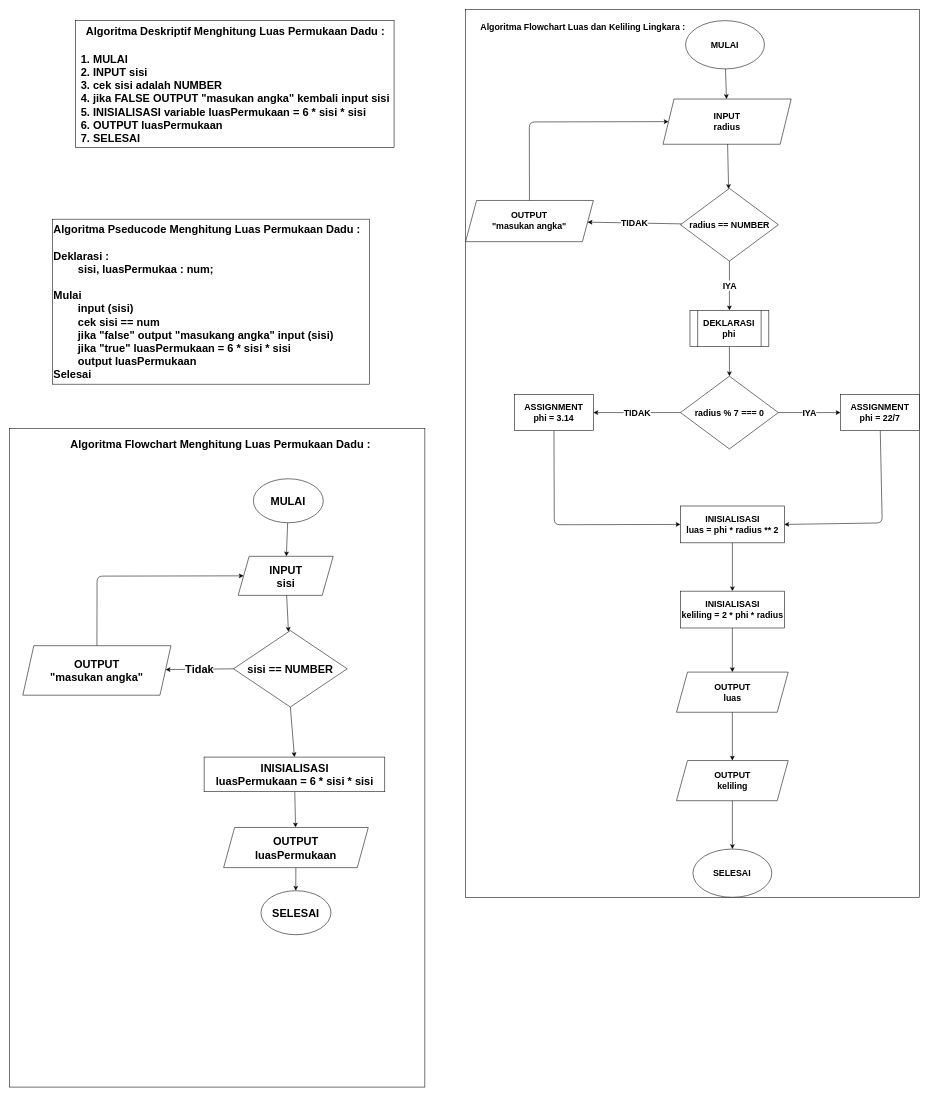
xel26/fwg17-computer-science keeps this draw.io diagram as 5-dadu.drawio. Above is the earlier version. Source tidied: cells renumbered, new cells numbered last; positions are measured from the earlier drawing's top-left corner, leaving out a move shared by most shapes. Both pictures are drawn from the tidied source at 55%, with x=0, y=0 at pixel (9, 9).
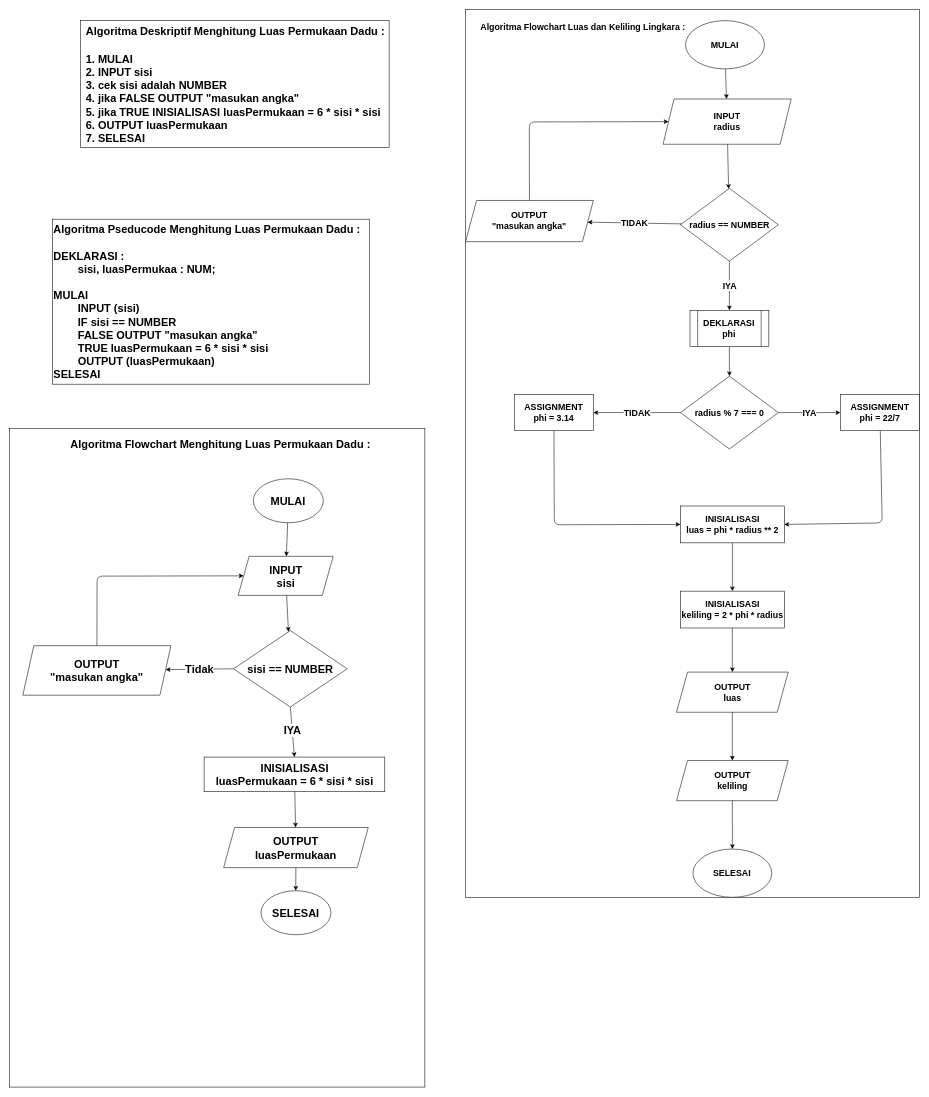
After the change.

Unchanged cells that the change refers to:
```xml
<mxCell id="10" style="edgeStyle=none;sketch=0;html=1;exitX=0.5;exitY=1;exitDx=0;exitDy=0;entryX=0.5;entryY=0;entryDx=0;entryDy=0;fontSize=20;fontStyle=1;" parent="5" edge="1" source="11" target="13">
  <mxGeometry relative="1" as="geometry" />
</mxCell>
```

Change to the diagram source:
```diff
@@
-    <mxCell id="2" value="&lt;font style=&quot;font-size: 20px;&quot; face=&quot;Helvetica&quot;&gt;&lt;span style=&quot;font-size: 20px;&quot;&gt;Algoritma Deskriptif Menghitung Luas Permukaan Dadu :&lt;br style=&quot;font-size: 20px;&quot;&gt;&lt;/span&gt;&lt;br style=&quot;font-size: 20px;&quot;&gt;&lt;div style=&quot;text-align: left; font-size: 20px;&quot;&gt;1. MULAI&lt;/div&gt;&lt;div style=&quot;text-align: left; font-size: 20px;&quot;&gt;2. INPUT sisi&lt;/div&gt;&lt;div style=&quot;text-align: left; font-size: 20px;&quot;&gt;3. cek sisi adalah NUMBER&lt;/div&gt;&lt;div style=&quot;text-align: left; font-size: 20px;&quot;&gt;4. jika FALSE OUTPUT &quot;masukan angka&quot; kembali input sisi&lt;/div&gt;&lt;div style=&quot;text-align: left; font-size: 20px;&quot;&gt;5. INISIALISASI variable luasPermukaan = 6 * sisi * sisi&lt;br style=&quot;font-size: 20px;&quot;&gt;&lt;/div&gt;&lt;div style=&quot;text-align: left; font-size: 20px;&quot;&gt;6. OUTPUT luasPermukaan&lt;/div&gt;&lt;div style=&quot;text-align: left; font-size: 20px;&quot;&gt;7. SELESAI&lt;/div&gt;&lt;/font&gt;" style="text;html=1;align=center;verticalAlign=middle;strokeColor=default;fillColor=none;fontSize=20;fontFamily=Architects Daughter;hachureGap=4;fontStyle=1;" parent="1" vertex="1">
-      <mxGeometry x="120" y="20" width="579" height="231" as="geometry" />
+    <mxCell id="2" value="&lt;font style=&quot;font-size: 20px;&quot; face=&quot;Helvetica&quot;&gt;&lt;span style=&quot;font-size: 20px;&quot;&gt;Algoritma Deskriptif Menghitung Luas Permukaan Dadu :&lt;br style=&quot;font-size: 20px;&quot;&gt;&lt;/span&gt;&lt;br style=&quot;font-size: 20px;&quot;&gt;&lt;div style=&quot;text-align: left; font-size: 20px;&quot;&gt;1. MULAI&lt;/div&gt;&lt;div style=&quot;text-align: left; font-size: 20px;&quot;&gt;2. INPUT sisi&lt;/div&gt;&lt;div style=&quot;text-align: left; font-size: 20px;&quot;&gt;3. cek sisi adalah NUMBER&lt;/div&gt;&lt;div style=&quot;text-align: left; font-size: 20px;&quot;&gt;4. jika FALSE OUTPUT &quot;masukan angka&quot;&lt;/div&gt;&lt;div style=&quot;text-align: left; font-size: 20px;&quot;&gt;5. jika TRUE INISIALISASI luasPermukaan = 6 * sisi * sisi&lt;br style=&quot;font-size: 20px;&quot;&gt;&lt;/div&gt;&lt;div style=&quot;text-align: left; font-size: 20px;&quot;&gt;6. OUTPUT luasPermukaan&lt;/div&gt;&lt;div style=&quot;text-align: left; font-size: 20px;&quot;&gt;7. SELESAI&lt;/div&gt;&lt;/font&gt;" style="text;html=1;align=center;verticalAlign=middle;strokeColor=default;fillColor=none;fontSize=20;fontFamily=Architects Daughter;hachureGap=4;fontStyle=1;" parent="1" vertex="1">
+      <mxGeometry x="129" y="20" width="561" height="231" as="geometry" />
     </mxCell>
-    <mxCell id="3" value="&lt;span style=&quot;font-size: 20px;&quot;&gt;Algoritma Pseducode Menghitung Luas Permukaan Dadu :&lt;br style=&quot;font-size: 20px;&quot;&gt;&lt;/span&gt;&lt;br style=&quot;font-size: 20px;&quot;&gt;Deklarasi :&lt;br style=&quot;font-size: 20px;&quot;&gt;&lt;span style=&quot;white-space: pre; font-size: 20px;&quot;&gt;&#9;&lt;/span&gt;sisi, luasPermukaa : num;&lt;br style=&quot;font-size: 20px;&quot;&gt;&lt;br style=&quot;font-size: 20px;&quot;&gt;Mulai&lt;br style=&quot;font-size: 20px;&quot;&gt;&lt;span style=&quot;white-space: pre; font-size: 20px;&quot;&gt;&#9;&lt;/span&gt;input (sisi)&lt;br style=&quot;font-size: 20px;&quot;&gt;&lt;span style=&quot;white-space: pre; font-size: 20px;&quot;&gt;&#9;&lt;/span&gt;cek sisi == num&lt;br style=&quot;font-size: 20px;&quot;&gt;&lt;span style=&quot;white-space: pre; font-size: 20px;&quot;&gt;&#9;&lt;/span&gt;jika &quot;false&quot; output &quot;masukang angka&quot; input (sisi)&lt;br style=&quot;font-size: 20px;&quot;&gt;&lt;span style=&quot;white-space: pre; font-size: 20px;&quot;&gt;&#9;&lt;/span&gt;jika &quot;true&quot; luasPermukaan = 6 * sisi * sisi&lt;br style=&quot;font-size: 20px;&quot;&gt;&lt;span style=&quot;white-space: pre; font-size: 20px;&quot;&gt;&#9;&lt;/span&gt;output luasPermukaan&lt;br style=&quot;font-size: 20px;&quot;&gt;Selesai" style="text;html=1;align=left;verticalAlign=middle;strokeColor=default;fillColor=none;fontSize=20;fontFamily=Helvetica;hachureGap=4;fontStyle=1;" parent="1" vertex="1">
+    <mxCell id="3" value="&lt;span style=&quot;font-size: 20px;&quot;&gt;Algoritma Pseducode Menghitung Luas Permukaan Dadu :&lt;br style=&quot;font-size: 20px;&quot;&gt;&lt;/span&gt;&lt;br style=&quot;font-size: 20px;&quot;&gt;DEKLARASI :&lt;br style=&quot;font-size: 20px;&quot;&gt;&lt;span style=&quot;white-space: pre; font-size: 20px;&quot;&gt;&#9;&lt;/span&gt;sisi, luasPermukaa : NUM;&lt;br style=&quot;font-size: 20px;&quot;&gt;&lt;br style=&quot;font-size: 20px;&quot;&gt;MULAI&lt;br style=&quot;font-size: 20px;&quot;&gt;&lt;span style=&quot;white-space: pre; font-size: 20px;&quot;&gt;&#9;&lt;/span&gt;INPUT (sisi)&lt;br style=&quot;font-size: 20px;&quot;&gt;&lt;span style=&quot;white-space: pre; font-size: 20px;&quot;&gt;&#9;&lt;/span&gt;IF sisi == NUMBER&lt;br style=&quot;font-size: 20px;&quot;&gt;&lt;span style=&quot;white-space: pre; font-size: 20px;&quot;&gt;&#9;&lt;/span&gt;FALSE OUTPUT &quot;masukan angka&quot;&lt;br style=&quot;font-size: 20px;&quot;&gt;&lt;span style=&quot;white-space: pre; font-size: 20px;&quot;&gt;&#9;&lt;/span&gt;TRUE luasPermukaan = 6 * sisi * sisi&lt;br style=&quot;font-size: 20px;&quot;&gt;&lt;span style=&quot;white-space: pre; font-size: 20px;&quot;&gt;&#9;&lt;/span&gt;OUTPUT (luasPermukaan)&lt;br style=&quot;font-size: 20px;&quot;&gt;SELESAI" style="text;html=1;align=left;verticalAlign=middle;strokeColor=default;fillColor=none;fontSize=20;fontFamily=Helvetica;hachureGap=4;fontStyle=1;" parent="1" vertex="1">
       <mxGeometry x="78" y="381" width="576" height="300" as="geometry" />
     </mxCell>
@@
+    <mxCell id="50" value="&lt;b&gt;&lt;font style=&quot;font-size: 20px;&quot;&gt;IYA&lt;/font&gt;&lt;/b&gt;" style="edgeLabel;html=1;align=center;verticalAlign=middle;" parent="10" vertex="1">
+      <mxGeometry x="-0.08" relative="1" as="geometry" />
+    </mxCell>
```
